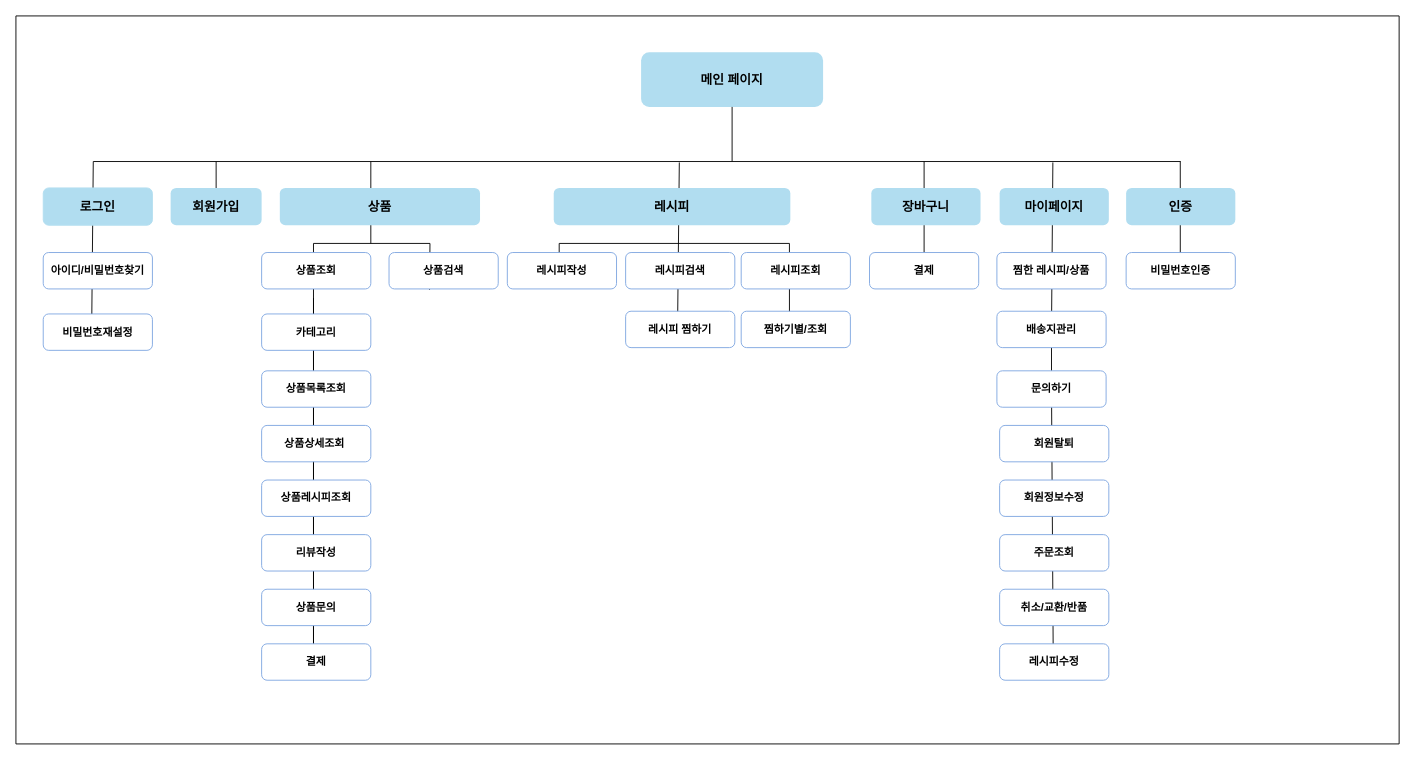
Before: Flowchart.drawio in wjdwodhs/Flowchart, a draw.io diagram. Source tidied: cells renumbered, new cells numbered last; positions are measured from the earlier drawing's top-left corner, leaving out a move shared by most shapes. Both pictures are drawn from the tidied source at 91%, with x=0, y=0 at pixel (15, 15).
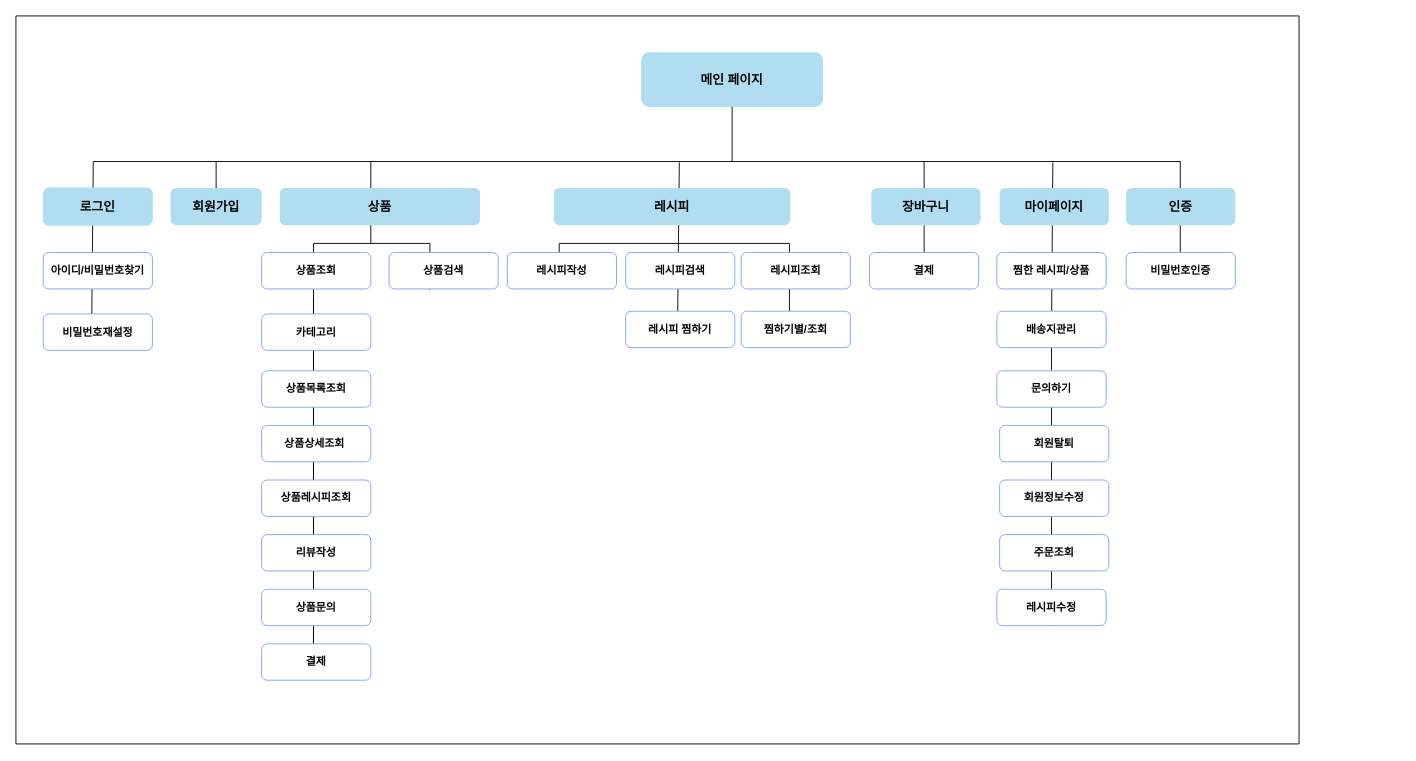
The same page after the edit.

The change refers to these unchanged cells:
```xml
<mxCell id="49" value="&lt;b&gt;문의하기&lt;/b&gt;" style="rounded=1;whiteSpace=wrap;html=1;strokeColor=#7EA6E0;" parent="1" vertex="1">
  <mxGeometry x="1078" y="390" width="120" height="40" as="geometry" />
</mxCell>
```

Change to the diagram source:
```diff
@@
     <mxCell id="44" style="endArrow=none;html=1;rounded=0;" parent="1" edge="1">
       <mxGeometry relative="1" as="geometry">
-        <mxPoint x="1520" y="800" as="sourcePoint" />
-        <mxPoint x="1520" as="targetPoint" />
+        <mxPoint x="1410" y="800" as="sourcePoint" />
+        <mxPoint x="1410" as="targetPoint" />
       </mxGeometry>
     </mxCell>
     <mxCell id="45" style="endArrow=none;html=1;rounded=0;" parent="1" edge="1">
       <mxGeometry relative="1" as="geometry">
-        <mxPoint x="1520" as="sourcePoint" />
+        <mxPoint x="1410" as="sourcePoint" />
         <mxPoint as="targetPoint" />
       </mxGeometry>
     </mxCell>
     <mxCell id="46" style="endArrow=none;html=1;rounded=0;" parent="1" edge="1">
       <mxGeometry relative="1" as="geometry">
-        <mxPoint x="1520" y="800" as="sourcePoint" />
+        <mxPoint x="1410" y="800" as="sourcePoint" />
         <mxPoint y="800" as="targetPoint" />
       </mxGeometry>
     </mxCell>
@@
-    <mxCell id="48" style="endArrow=none;html=1;rounded=0;" parent="1" edge="1" target="49">
-      <mxGeometry relative="1" as="geometry">
-        <mxPoint x="1140" y="720" as="sourcePoint" />
-      </mxGeometry>
+    <mxCell id="48" style="endArrow=none;html=1;rounded=0;exitX=0.5;exitY=1;exitDx=0;exitDy=0;" parent="1" edge="1" source="54" target="49">
+      <mxGeometry relative="1" as="geometry" />
     </mxCell>
@@
-    <mxCell id="53" value="&lt;b&gt;취소/교환/반품&lt;/b&gt;" style="rounded=1;whiteSpace=wrap;html=1;strokeColor=#7EA6E0;" parent="1" vertex="1">
-      <mxGeometry x="1081" y="630" width="120" height="40" as="geometry" />
-    </mxCell>
     <mxCell id="54" value="&lt;b&gt;레시피수정&lt;/b&gt;" style="rounded=1;whiteSpace=wrap;html=1;strokeColor=#7EA6E0;" parent="1" vertex="1">
-      <mxGeometry x="1081" y="690" width="120" height="40" as="geometry" />
+      <mxGeometry x="1078" y="630" width="120" height="40" as="geometry" />
     </mxCell>
```
